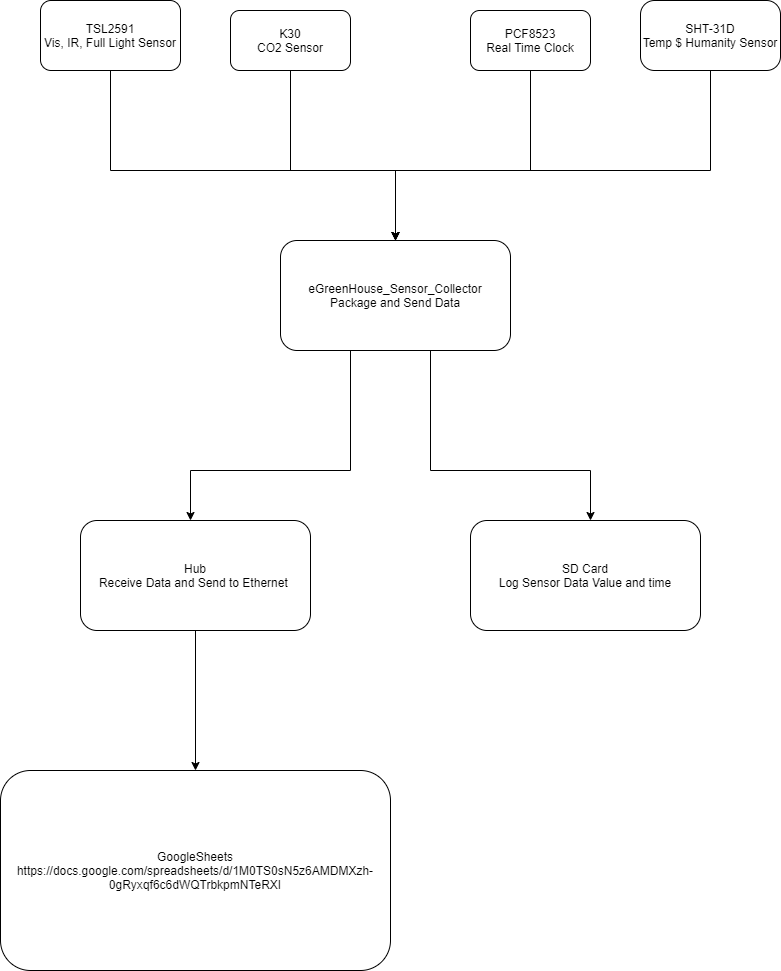
Before: Paper/Documentation/System_Layout.png, a diagram exported from draw.io (OPEnSLab-OSU/eGreenHouse). Source tidied: cells renumbered, new cells last; positions are measured from the earlier drawing's top-left corner, leaving out a move shared by most shapes. The source it was exported from:
```xml
<mxGraphModel>
  <root>
    <mxCell id="0" />
    <mxCell id="1" parent="0" />
    <mxCell id="2" style="edgeStyle=orthogonalEdgeStyle;rounded=0;jettySize=auto;html=1;" parent="1" edge="1" source="4" target="7">
      <mxGeometry relative="1" as="geometry">
        <Array as="points">
          <mxPoint x="350" y="470" />
          <mxPoint x="190" y="470" />
        </Array>
      </mxGeometry>
    </mxCell>
    <mxCell id="3" style="edgeStyle=orthogonalEdgeStyle;rounded=0;jettySize=auto;html=1;" parent="1" edge="1" source="4" target="5">
      <mxGeometry relative="1" as="geometry">
        <Array as="points">
          <mxPoint x="430" y="470" />
          <mxPoint x="590" y="470" />
        </Array>
      </mxGeometry>
    </mxCell>
    <mxCell id="4" value="eGreenHouse_Sensor_Collector&lt;br&gt;Package and Send Data" style="rounded=1;whiteSpace=wrap;html=1;" parent="1" vertex="1">
      <mxGeometry x="280" y="240" width="230" height="110" as="geometry" />
    </mxCell>
    <mxCell id="5" value="SD Card&lt;br&gt;Log Sensor Data Value and time" style="rounded=1;whiteSpace=wrap;html=1;" parent="1" vertex="1">
      <mxGeometry x="470" y="520" width="230" height="110" as="geometry" />
    </mxCell>
    <mxCell id="6" style="edgeStyle=orthogonalEdgeStyle;rounded=0;jettySize=auto;html=1;" parent="1" edge="1" source="7" target="8">
      <mxGeometry relative="1" as="geometry" />
    </mxCell>
    <mxCell id="7" value="Hub&lt;br&gt;Receive Data and Send to Ethernet&amp;nbsp;" style="rounded=1;whiteSpace=wrap;html=1;" parent="1" vertex="1">
      <mxGeometry x="80" y="520" width="230" height="110" as="geometry" />
    </mxCell>
    <mxCell id="8" value="GoogleSheets&lt;br&gt;&lt;a href=&quot;https://docs.google.com/spreadsheets/d/1M0TS0sN5z6AMDMXzh-0gRyxqf6c6dWQTrbkpmNTeRXI&quot;&gt;https://docs.google.com/spreadsheets/d/1M0TS0sN5z6AMDMXzh-0gRyxqf6c6dWQTrbkpmNTeRXI&lt;/a&gt;" style="rounded=1;whiteSpace=wrap;html=1;" parent="1" vertex="1">
      <mxGeometry y="770" width="390" height="200" as="geometry" />
    </mxCell>
    <mxCell id="9" style="edgeStyle=orthogonalEdgeStyle;rounded=0;jettySize=auto;html=1;entryX=0.5;entryY=0;entryDx=0;entryDy=0;" parent="1" edge="1" source="10" target="4">
      <mxGeometry relative="1" as="geometry">
        <Array as="points">
          <mxPoint x="110" y="170" />
          <mxPoint x="395" y="170" />
        </Array>
      </mxGeometry>
    </mxCell>
    <mxCell id="10" value="TSL2591&lt;br&gt;Vis, IR, Full Light Sensor" style="rounded=1;whiteSpace=wrap;html=1;" parent="1" vertex="1">
      <mxGeometry x="40" width="140" height="70" as="geometry" />
    </mxCell>
    <mxCell id="11" style="edgeStyle=orthogonalEdgeStyle;rounded=0;jettySize=auto;html=1;entryX=0.5;entryY=0;entryDx=0;entryDy=0;" parent="1" edge="1" source="12" target="4">
      <mxGeometry relative="1" as="geometry">
        <Array as="points">
          <mxPoint x="290" y="170" />
          <mxPoint x="395" y="170" />
        </Array>
      </mxGeometry>
    </mxCell>
    <mxCell id="12" value="K30&lt;br&gt;CO2 Sensor" style="rounded=1;whiteSpace=wrap;html=1;" parent="1" vertex="1">
      <mxGeometry x="230" y="10" width="120" height="60" as="geometry" />
    </mxCell>
    <mxCell id="13" style="edgeStyle=orthogonalEdgeStyle;rounded=0;jettySize=auto;html=1;entryX=0.5;entryY=0;entryDx=0;entryDy=0;" parent="1" edge="1" source="14" target="4">
      <mxGeometry relative="1" as="geometry">
        <Array as="points">
          <mxPoint x="710" y="170" />
          <mxPoint x="395" y="170" />
        </Array>
      </mxGeometry>
    </mxCell>
    <mxCell id="14" value="SHT-31D&lt;br&gt;Temp $ Humanity Sensor" style="rounded=1;whiteSpace=wrap;html=1;arcSize=20;" parent="1" vertex="1">
      <mxGeometry x="640" width="140" height="70" as="geometry" />
    </mxCell>
    <mxCell id="15" style="edgeStyle=orthogonalEdgeStyle;rounded=0;jettySize=auto;html=1;entryX=0.5;entryY=0;entryDx=0;entryDy=0;" parent="1" edge="1" source="16" target="4">
      <mxGeometry relative="1" as="geometry">
        <Array as="points">
          <mxPoint x="530" y="170" />
          <mxPoint x="395" y="170" />
        </Array>
      </mxGeometry>
    </mxCell>
    <mxCell id="16" value="PCF8523&lt;br&gt;Real Time Clock" style="rounded=1;whiteSpace=wrap;html=1;" parent="1" vertex="1">
      <mxGeometry x="470" y="10" width="120" height="60" as="geometry" />
    </mxCell>
  </root>
</mxGraphModel>
```
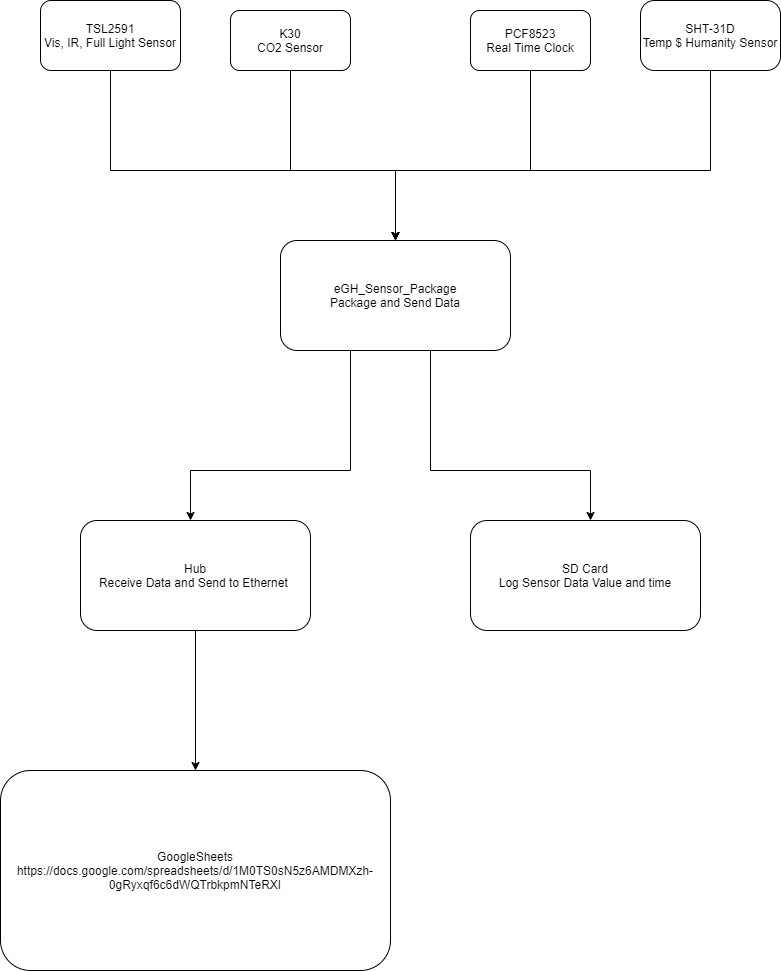
The same diagram one commit later.

Diff of the diagram source:
```diff
@@ -18,7 +18,7 @@
         </Array>
       </mxGeometry>
     </mxCell>
-    <mxCell id="4" value="eGreenHouse_Sensor_Collector&lt;br&gt;Package and Send Data" style="rounded=1;whiteSpace=wrap;html=1;" parent="1" vertex="1">
+    <mxCell id="4" value="eGH_Sensor_Package&lt;br&gt;Package and Send Data" style="rounded=1;whiteSpace=wrap;html=1;" parent="1" vertex="1">
       <mxGeometry x="280" y="240" width="230" height="110" as="geometry" />
     </mxCell>
     <mxCell id="5" value="SD Card&lt;br&gt;Log Sensor Data Value and time" style="rounded=1;whiteSpace=wrap;html=1;" parent="1" vertex="1">
```
